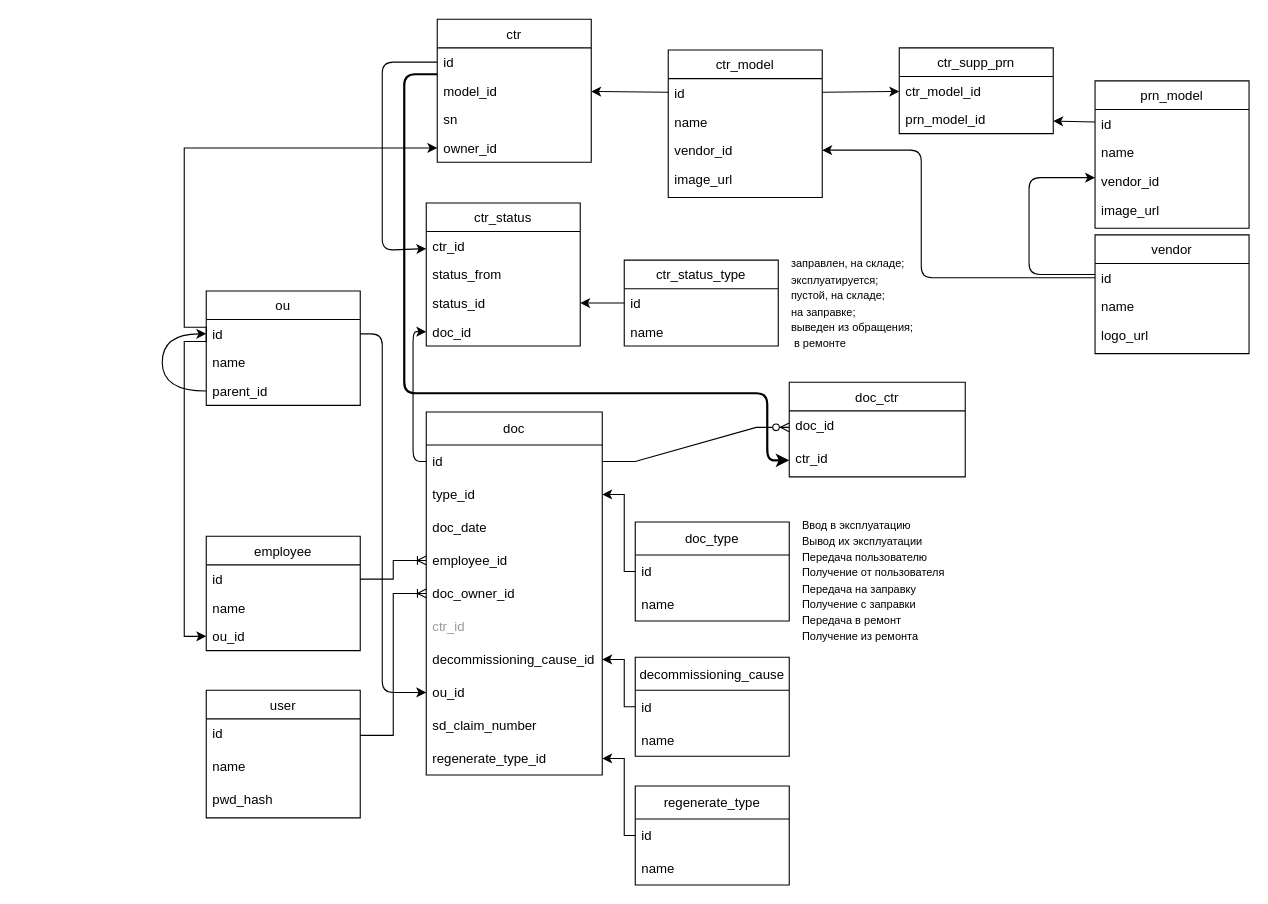
IgorTkachuk/caartridge_accounting keeps this draw.io diagram as docs/cartridge_accounting.drawio. Above is the earlier version. Source tidied: cells renumbered, new cells numbered last; positions are measured from the earlier drawing's top-left corner, leaving out a move shared by most shapes. Both pictures are drawn from the tidied source at 110%, with x=0, y=0 at pixel (162, 19).
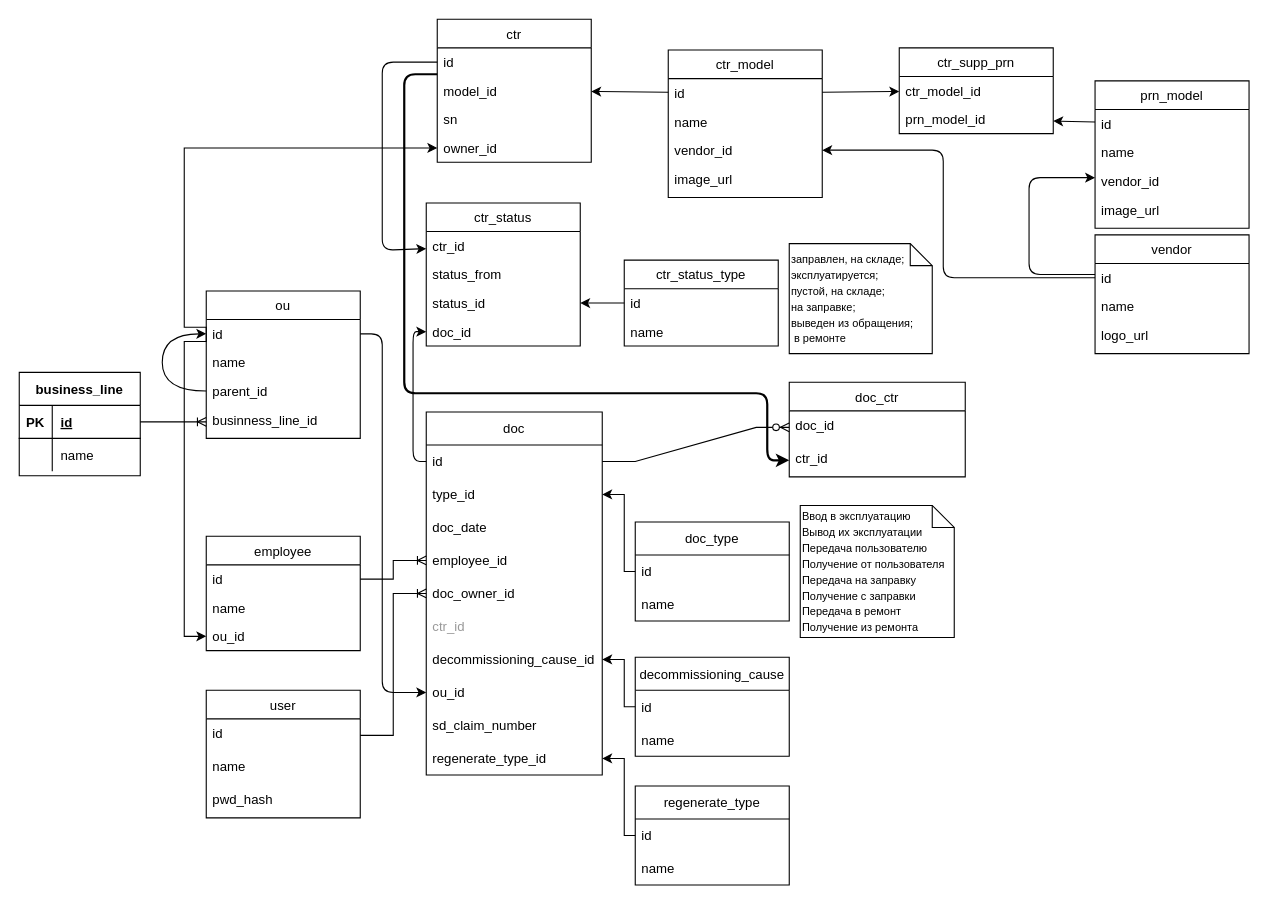
The same page after the edit.

The change refers to these unchanged cells:
```xml
<mxCell id="15" value="vendor_id" style="text;strokeColor=none;fillColor=none;align=left;verticalAlign=top;spacingLeft=4;spacingRight=4;overflow=hidden;points=[[0,0.5],[1,0.5]];portConstraint=eastwest;" parent="12" vertex="1">
  <mxGeometry y="78" width="140" height="26" as="geometry" />
</mxCell>
<mxCell id="21" value="id" style="text;strokeColor=none;fillColor=none;align=left;verticalAlign=top;spacingLeft=4;spacingRight=4;overflow=hidden;points=[[0,0.5],[1,0.5]];portConstraint=eastwest;" parent="20" vertex="1">
  <mxGeometry y="26" width="140" height="26" as="geometry" />
</mxCell>
```

Change to the diagram source:
```diff
@@
     <mxCell id="25" style="endArrow=classic;html=1;" parent="1" edge="1" source="21" target="15">
       <mxGeometry relative="1" as="geometry">
         <Array as="points">
-          <mxPoint x="690" y="235" />
-          <mxPoint x="690" y="119" />
+          <mxPoint x="710" y="235" />
+          <mxPoint x="710" y="119" />
         </Array>
       </mxGeometry>
     </mxCell>
@@
     <mxCell id="37" value="ou" style="swimlane;fontStyle=0;horizontal=1;startSize=26;" parent="1" vertex="1">
-      <mxGeometry x="40" y="247" width="140" height="104" as="geometry" />
+      <mxGeometry x="40" y="247" width="140" height="134" as="geometry" />
     </mxCell>
@@
+    <mxCell id="88" value="businness_line_id" style="text;strokeColor=none;fillColor=none;spacingLeft=4;spacingRight=4;overflow=hidden;points=[[0,0.5],[1,0.5]];portConstraint=eastwest;fontSize=12;" parent="37" vertex="1">
+      <mxGeometry y="104" width="140" height="30" as="geometry" />
+    </mxCell>
-    <mxCell id="42" value="&lt;span style=&quot;font-size: 10px&quot;&gt;заправлен, на складе;&lt;br&gt;эксплуатируется;&lt;br&gt;пустой, на складе;&lt;br&gt;на заправке;&lt;br&gt;выведен из обращения;&lt;br&gt;&amp;nbsp;в ремонте&lt;br&gt;&lt;/span&gt;" style="text;html=1;align=left;verticalAlign=middle;strokeColor=none;" parent="1" vertex="1">
-      <mxGeometry x="570" y="208" width="130" height="100" as="geometry" />
+    <mxCell id="42" value="&lt;span style=&quot;font-size: 10px&quot;&gt;&lt;br&gt;&lt;/span&gt;" style="text;html=1;align=left;verticalAlign=middle;strokeColor=none;" parent="1" vertex="1">
+      <mxGeometry x="570" y="243" width="20" height="30" as="geometry" />
     </mxCell>
@@
-    <mxCell id="76" value="&lt;font style=&quot;font-size: 10px&quot;&gt;Ввод в эксплуатацию&lt;br&gt;Вывод их эксплуатации&lt;br&gt;Передача пользователю&lt;br&gt;Получение от пользователя&lt;br&gt;Передача на заправку&lt;br&gt;Получение с заправки&lt;br&gt;Передача в ремонт&lt;br&gt;Получение из ремонта&lt;/font&gt;" style="text;html=1;align=left;verticalAlign=middle;strokeColor=none;fillColor=none;" parent="1" vertex="1">
-      <mxGeometry x="580" y="445" width="150" height="130" as="geometry" />
-    </mxCell>
@@
+    <mxCell id="89" value="business_line" style="shape=table;startSize=30;childLayout=tableLayout;rowLines=0;fontStyle=1;align=center;" parent="1" vertex="1">
+      <mxGeometry x="-130" y="321" width="110" height="94" as="geometry" />
+    </mxCell>
+    <mxCell id="90" style="shape=tableRow;horizontal=0;startSize=0;swimlaneHead=0;swimlaneBody=0;fillColor=none;points=[[0,0.5],[1,0.5]];portConstraint=eastwest;top=0;left=0;right=0;bottom=1;" parent="89" vertex="1">
+      <mxGeometry y="30" width="110" height="30" as="geometry" />
+    </mxCell>
+    <mxCell id="91" value="PK" style="shape=partialRectangle;fillColor=none;top=0;left=0;bottom=0;right=0;fontStyle=1;overflow=hidden;" parent="90" vertex="1">
+      <mxGeometry width="30" height="30" as="geometry" />
+    </mxCell>
+    <mxCell id="92" value="id" style="shape=partialRectangle;fillColor=none;top=0;left=0;bottom=0;right=0;align=left;spacingLeft=6;fontStyle=5;overflow=hidden;" parent="90" vertex="1">
+      <mxGeometry x="30" width="80" height="30" as="geometry" />
+    </mxCell>
+    <mxCell id="93" style="shape=tableRow;horizontal=0;startSize=0;swimlaneHead=0;swimlaneBody=0;fillColor=none;top=0;left=0;right=0;bottom=0;" parent="89" vertex="1">
+      <mxGeometry y="60" width="110" height="30" as="geometry" />
+    </mxCell>
+    <mxCell id="94" style="shape=partialRectangle;fillColor=none;top=0;left=0;bottom=0;right=0;overflow=hidden;" parent="93" vertex="1">
+      <mxGeometry width="30" height="30" as="geometry" />
+    </mxCell>
+    <mxCell id="95" value="name" style="shape=partialRectangle;fillColor=none;top=0;left=0;bottom=0;right=0;align=left;spacingLeft=6;overflow=hidden;" parent="93" vertex="1">
+      <mxGeometry x="30" width="80" height="30" as="geometry" />
+    </mxCell>
+    <mxCell id="96" style="edgeStyle=entityRelationEdgeStyle;fontSize=12;html=1;endArrow=ERoneToMany;rounded=0;" parent="1" edge="1" source="90" target="88">
+      <mxGeometry relative="1" as="geometry" />
+    </mxCell>
+    <mxCell id="76" value="&lt;span style=&quot;font-size: 10px;&quot;&gt;Ввод в эксплуатацию&lt;/span&gt;&lt;br style=&quot;font-size: 10px;&quot;&gt;&lt;span style=&quot;font-size: 10px;&quot;&gt;Вывод их эксплуатации&lt;/span&gt;&lt;br style=&quot;font-size: 10px;&quot;&gt;&lt;span style=&quot;font-size: 10px;&quot;&gt;Передача пользователю&lt;/span&gt;&lt;br style=&quot;font-size: 10px;&quot;&gt;&lt;span style=&quot;font-size: 10px;&quot;&gt;Получение от пользователя&lt;/span&gt;&lt;br style=&quot;font-size: 10px;&quot;&gt;&lt;span style=&quot;font-size: 10px;&quot;&gt;Передача на заправку&lt;/span&gt;&lt;br style=&quot;font-size: 10px;&quot;&gt;&lt;span style=&quot;font-size: 10px;&quot;&gt;Получение с заправки&lt;/span&gt;&lt;br style=&quot;font-size: 10px;&quot;&gt;&lt;span style=&quot;font-size: 10px;&quot;&gt;Передача в ремонт&lt;/span&gt;&lt;br style=&quot;font-size: 10px;&quot;&gt;&lt;span style=&quot;font-size: 10px;&quot;&gt;Получение из ремонта&lt;/span&gt;" style="shape=note;size=20;whiteSpace=wrap;html=1;align=left;" parent="1" vertex="1">
+      <mxGeometry x="580" y="442" width="140" height="120" as="geometry" />
+    </mxCell>
+    <mxCell id="97" value="&lt;span style=&quot;font-size: 10px;&quot;&gt;заправлен, на складе;&lt;/span&gt;&lt;br style=&quot;font-size: 10px;&quot;&gt;&lt;span style=&quot;font-size: 10px;&quot;&gt;эксплуатируется;&lt;/span&gt;&lt;br style=&quot;font-size: 10px;&quot;&gt;&lt;span style=&quot;font-size: 10px;&quot;&gt;пустой, на складе;&lt;/span&gt;&lt;br style=&quot;font-size: 10px;&quot;&gt;&lt;span style=&quot;font-size: 10px;&quot;&gt;на заправке;&lt;/span&gt;&lt;br style=&quot;font-size: 10px;&quot;&gt;&lt;span style=&quot;font-size: 10px;&quot;&gt;выведен из обращения;&lt;/span&gt;&lt;br style=&quot;font-size: 10px;&quot;&gt;&lt;span style=&quot;font-size: 10px;&quot;&gt;&amp;nbsp;в ремонте&lt;/span&gt;" style="shape=note;size=20;whiteSpace=wrap;html=1;align=left;" parent="1" vertex="1">
+      <mxGeometry x="570" y="204" width="130" height="100" as="geometry" />
+    </mxCell>
```
